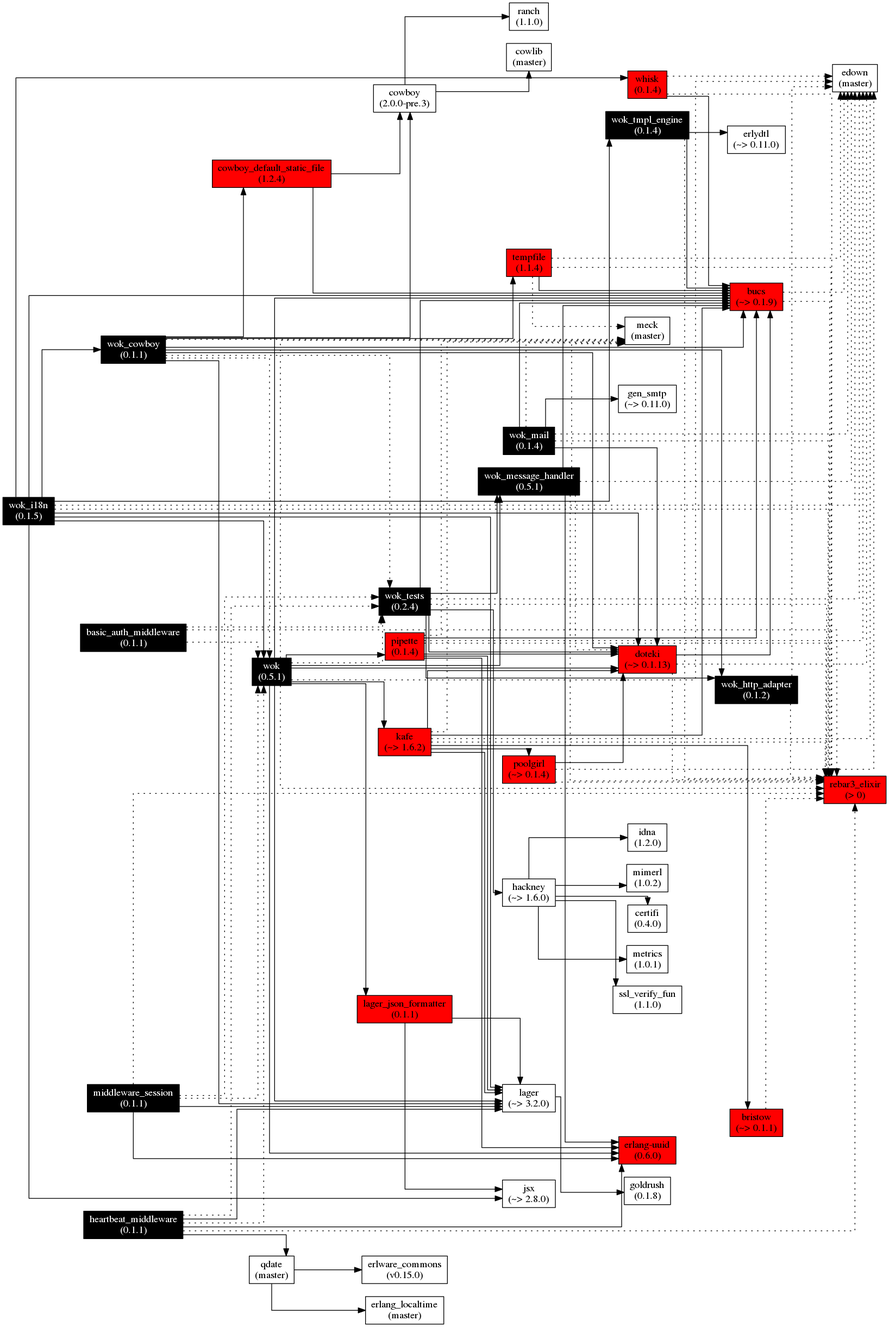
botsunit/wok keeps this Graphviz diagram as images/wok.deps.png. Above is the earlier version. Its source is kept beside it as images/wok.deps.gv.
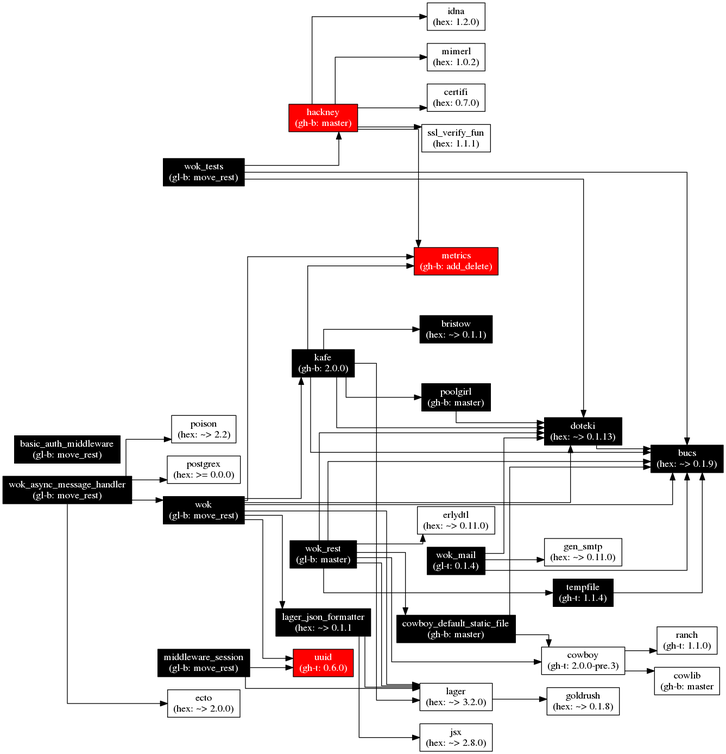
After the change.

Change to the diagram source:
```diff
@@ -4,141 +4,139 @@
     remincross=true;
     splines=ortho;
     rankdir=LR;
-  ]
+  ];
 
-  wok_http_adapter[label="wok_http_adapter\n(0.1.2)", fontcolor="white", style="filled", fillcolor="black"];
-  bucs[label="bucs\n(~> 0.1.9)", style="filled", fillcolor="red"];
-  bristow[label="bristow\n(~> 0.1.1)", style="filled", fillcolor="red"];
-  uuid[label="erlang-uuid\n(0.6.0)", style="filled", fillcolor="red"];
-  doteki[label="doteki\n(~> 0.1.13)", style="filled", fillcolor="red"];
-  wok_tmpl_engine[label="wok_tmpl_engine\n(0.1.4)", fontcolor="white", style="filled", fillcolor="black"];
-  whisk[label="whisk\n(0.1.4)", style="filled", fillcolor="red"];
-  tempfile[label="tempfile\n(1.1.4)", style="filled", fillcolor="red"];
-  wok_mail[label="wok_mail\n(0.1.4)", fontcolor="white", style="filled", fillcolor="black"];
-  poolgirl[label="poolgirl\n(~> 0.1.4)", style="filled", fillcolor="red"];
-  wok_message_handler[label="wok_message_handler\n(0.5.1)", fontcolor="white", style="filled", fillcolor="black"];
-  lager_json_formatter[label="lager_json_formatter\n(0.1.1)", style="filled", fillcolor="red"];
-  pipette[label="pipette\n(0.1.4)", style="filled", fillcolor="red"];
-  kafe[label="kafe\n(~> 1.6.2)", style="filled", fillcolor="red"];
-  wok_tests[label="wok_tests\n(0.2.4)", fontcolor="white", style="filled", fillcolor="black"];
-  cowboy_default_static_file[label="cowboy_default_static_file\n(1.2.4)", style="filled", fillcolor="red"];
-
-  wok[label="wok\n(0.5.1)", fontcolor="white", style="filled", fillcolor="black"];
-
-  middleware_session[label="middleware_session\n(0.1.1)", fontcolor="white", style="filled", fillcolor="black"];
-  heartbeat_middleware[label="heartbeat_middleware\n(0.1.1)", fontcolor="white", style="filled", fillcolor="black"];
-  basic_auth_middleware[label="basic_auth_middleware\n(0.1.1)", fontcolor="white", style="filled", fillcolor="black"];
-  wok_cowboy[label="wok_cowboy\n(0.1.1)", fontcolor="white", style="filled", fillcolor="black"];
-  wok_i18n[label="wok_i18n\n(0.1.5)", fontcolor="white", style="filled", fillcolor="black"];
-
-  lager[label="lager\n(~> 3.2.0)"];
-  cowboy[label="cowboy\n(2.0.0-pre.3)"];
-  rebar3_elixir[label="rebar3_elixir\n(> 0)", style="filled", fillcolor="red"];
-  meck[label="meck\n(master)"];
-  edown[label="edown\n(master)"];
-  goldrush[label="goldrush\n(0.1.8)"];
-  jsx[label="jsx\n(~> 2.8.0)"];
-  cowlib[label="cowlib\n(master)"];
-  ranch[label="ranch\n(1.1.0)"];
-  hackney[label="hackney\n(~> 1.6.0)"];
-  idna[label="idna\n(1.2.0)"];
-  mimerl[label="mimerl\n(1.0.2)"];
-  certifi[label="certifi\n(0.4.0)"];
-  metrics[label="metrics\n(1.0.1)"];
-  ssl_verify_fun[label="ssl_verify_fun\n(1.1.0)"];
-  gen_smtp[label="gen_smtp\n(~> 0.11.0)"];
-  erlydtl[label="erlydtl\n(~> 0.11.0)"];
-  qdate[label="qdate\n(master)"];
-  erlware_commons[label="erlware_commons\n(v0.15.0)"];
-  erlang_localtime[label="erlang_localtime\n(master)"];
+  wok[label="wok\n(gl-b: move_rest)",
+      fontcolor="white",
+      style="filled",
+      fillcolor="black"];
+  lager[label="lager\n(hex: ~> 3.2.0)"];
+  lager_json_formatter[label="lager_json_formatter\n(hex: ~> 0.1.1",
+                       fontcolor="white",
+                       style="filled"
+                       fillcolor="black"];
+  kafe[label="kafe\n(gh-b: 2.0.0)",
+       fontcolor="white",
+       style="filled",
+       fillcolor="black"];
+  bucs[label="bucs\n(hex: ~> 0.1.9)",
+       fontcolor="white",
+       style="filled",
+       fillcolor="black"];
+  doteki[label="doteki\n(hex: ~> 0.1.13)",
+         fontcolor="white",
+         style="filled",
+         fillcolor="black"];
+  uuid[label="uuid\n(gh-t: 0.6.0)"
+       fontcolor="white",
+       style="filled",
+       fillcolor="red"];
+  metrics[label="metrics\n(gh-b: add_delete)",
+          fontcolor="white",
+          style="filled",
+          fillcolor="red"];
+  goldrush[label="goldrush\n(hex: ~> 0.1.8)"];
+  jsx[label="jsx\n(hex: ~> 2.8.0)"];
+  poolgirl[label="poolgirl\n(gh-b: master)",
+           fontcolor="white",
+           style="filled",
+           fillcolor="black"];
+  bristow[label="bristow\n(hex: ~> 0.1.1)",
+          fontcolor="white",
+          style="filled",
+          fillcolor="black"];
+  wok_rest[label="wok_rest\n(gl-b: master)",
+           fontcolor="white",
+           style="filled",
+           fillcolor="black"];
+  cowboy_default_static_file[label="cowboy_default_static_file\n(gh-b: master)",
+                             fontcolor="white",
+                             style="filled",
+                             fillcolor="black"];
+  cowboy[label="cowboy\n(gh-t: 2.0.0-pre.3)"];
+  tempfile[label="tempfile\n(gh-t: 1.1.4)",
+           fontcolor="white",
+           style="filled",
+           fillcolor="black"];
+  erlydtl[label="erlydtl\n(hex: ~> 0.11.0)"];
+  cowlib[label="cowlib\n(gh-b: master"];
+  ranch[label="ranch\n(gh-t: 1.1.0)"];
+  wok_tests[label="wok_tests\n(gl-b: move_rest)",
+            fontcolor="white",
+            style="filled",
+            fillcolor="black"];
+  hackney[label="hackney\n(gh-b: master)",
+          fontcolor="white",
+          style="filled",
+          fillcolor="red"];
+  idna[label="idna\n(hex: 1.2.0)"];
+  mimerl[label="mimerl\n(hex: 1.0.2)"];
+  certifi[label="certifi\n(hex: 0.7.0)"];
+  ssl_verify_fun[label="ssl_verify_fun\n(hex: 1.1.1)"];
+  wok_mail[label="wok_mail\n(gl-t: 0.1.4)",
+            fontcolor="white",
+            style="filled",
+            fillcolor="black"];
+  gen_smtp[label="gen_smtp\n(hex: ~> 0.11.0)"];
+  middleware_session[label="middleware_session\n(gl-b: move_rest)",
+                     fontcolor="white",
+                     style="filled",
+                     fillcolor="black"];
+  basic_auth_middleware[label="basic_auth_middleware\n(gl-b: move_rest)",
+                        fontcolor="white",
+                        style="filled",
+                        fillcolor="black"];
+  wok_async_message_handler[label="wok_async_message_handler\n(gl-b: move_rest)",
+                            fontcolor="white",
+                            style="filled",
+                            fillcolor="black"];
+  postgrex[label="postgrex\n(hex: >= 0.0.0)"];
+  ecto[label="ecto\n(hex: ~> 2.0.0)"];
+  poison[label="poison\n(hex: ~> 2.2)"];
 
   wok -> lager;
-  wok -> lager_json_formatter
-  wok -> wok_message_handler;
-  wok -> pipette;
+  wok -> lager_json_formatter;
   wok -> kafe;
   wok -> bucs;
   wok -> doteki;
   wok -> uuid;
-  wok-> rebar3_elixir[style=dotted];
-  wok -> meck[style=dotted];
-  wok -> wok_tests[style=dotted];
-  wok -> edown[style=dotted];
+  wok -> metrics;
 
-  wok_cowboy -> lager;
-  wok_cowboy -> wok_http_adapter;
-  wok_cowboy -> cowboy;
-  wok_cowboy -> cowboy_default_static_file;
-  wok_cowboy -> bucs;
-  wok_cowboy -> doteki;
-  wok_cowboy -> tempfile;
-  wok_cowboy -> meck[style=dotted];
-  wok_cowboy -> wok_tests[style=dotted];
-  wok_cowboy -> wok[style=dotted];
+  wok_rest -> lager;
+  wok_rest -> cowboy_default_static_file;
+  wok_rest -> cowboy;
+  wok_rest -> bucs;
+  wok_rest -> doteki;
+  wok_rest -> tempfile;
+  wok_rest -> erlydtl;
 
   lager -> goldrush;
 
   lager_json_formatter -> lager;
   lager_json_formatter -> jsx;
 
-  wok_http_adapter -> edown[style=dotted];
-  wok_http_adapter -> rebar3_elixir[style=dotted];
-
-  wok_message_handler -> bucs;
-  wok_message_handler -> uuid;
-  wok_message_handler -> meck[style=dotted];
-  wok_message_handler -> doteki[style=dotted];
-  wok_message_handler -> edown[style=dotted];
-  wok_message_handler -> rebar3_elixir[style=dotted];
-
-  pipette -> lager;
-  pipette -> bucs;
-  pipette -> doteki;
-  pipette -> uuid;
-  pipette -> meck[style=dotted];
-  pipette -> edown[style=dotted];
-  pipette -> rebar3_elixir[style=dotted];
-
   kafe -> lager;
   kafe -> bucs;
   kafe -> doteki;
   kafe -> poolgirl;
   kafe -> bristow;
-  kafe -> meck[style=dotted];
-  kafe -> edown[style=dotted];
-  kafe -> rebar3_elixir[style=dotted];
+  kafe -> metrics;
 
-  bristow -> rebar3_elixir[style=dotted];
+  doteki -> bucs;
+
+  poolgirl -> doteki;
+
+  cowboy_default_static_file -> cowboy;
+  cowboy_default_static_file -> bucs;
 
   cowboy -> cowlib;
   cowboy -> ranch;
 
-  cowboy_default_static_file -> bucs;
-  cowboy_default_static_file -> cowboy;
-
-  bucs -> edown[style=dotted];
-  bucs -> rebar3_elixir[style=dotted];
-
-  doteki -> bucs;
-  doteki -> edown[style=dotted];
-  doteki -> rebar3_elixir[style=dotted];
-
   tempfile -> bucs;
-  tempfile -> meck[style=dotted];
-  tempfile -> edown[style=dotted];
-  tempfile -> rebar3_elixir[style=dotted];
 
   wok_tests -> bucs;
-  wok_tests -> wok_http_adapter;
-  wok_tests -> wok_message_handler;
   wok_tests -> doteki;
   wok_tests -> hackney;
-  wok_tests -> edown[style=dotted];
-  wok_tests -> rebar3_elixir[style=dotted];
-
-  poolgirl -> doteki;
-  poolgirl -> edown[style=dotted];
-  poolgirl -> rebar3_elixir[style=dotted];
 
   hackney -> idna;
   hackney -> mimerl;
@@ -149,46 +147,12 @@
   wok_mail -> bucs;
   wok_mail -> doteki;
   wok_mail -> gen_smtp;
-  wok_mail -> meck[style=dotted];
-  wok_mail -> edown[style=dotted];
-  wok_mail -> rebar3_elixir[style=dotted];
-
-  wok_i18n -> jsx;
-  wok_i18n -> lager;
-  wok_i18n -> wok_tmpl_engine;
-  wok_i18n -> whisk;
-  wok_i18n -> wok;
-  wok_i18n -> bucs;
-  wok_i18n -> doteki;
-  wok_i18n -> wok_cowboy;
-  wok_i18n -> edown[style=dotted];
-  wok_i18n -> rebar3_elixir[style=dotted];
-
-  wok_tmpl_engine -> bucs;
-  wok_tmpl_engine -> erlydtl;
-  wok_tmpl_engine -> rebar3_elixir[style=dotted];
-
-  whisk -> bucs;
-  whisk -> edown[style=dotted];
-  whisk -> rebar3_elixir[style=dotted];
-
-  basic_auth_middleware -> wok[style=dotted];
-  basic_auth_middleware -> wok_tests[style=dotted];
-  basic_auth_middleware -> rebar3_elixir[style=dotted];
 
   middleware_session -> lager;
   middleware_session -> uuid;
-  middleware_session -> wok[style=dotted];
-  middleware_session -> wok_tests[style=dotted];
-  middleware_session -> rebar3_elixir[style=dotted];
 
-  heartbeat_middleware -> lager;
-  heartbeat_middleware -> uuid;
-  heartbeat_middleware -> qdate;
-  heartbeat_middleware -> wok[style=dotted];
-  heartbeat_middleware -> wok_tests[style=dotted];
-  heartbeat_middleware -> rebar3_elixir[style=dotted];
-
-  qdate -> erlware_commons;
-  qdate -> erlang_localtime;
+  wok_async_message_handler -> postgrex;
+  wok_async_message_handler -> ecto;
+  wok_async_message_handler -> poison;
+  wok_async_message_handler -> wok;
 }
```
